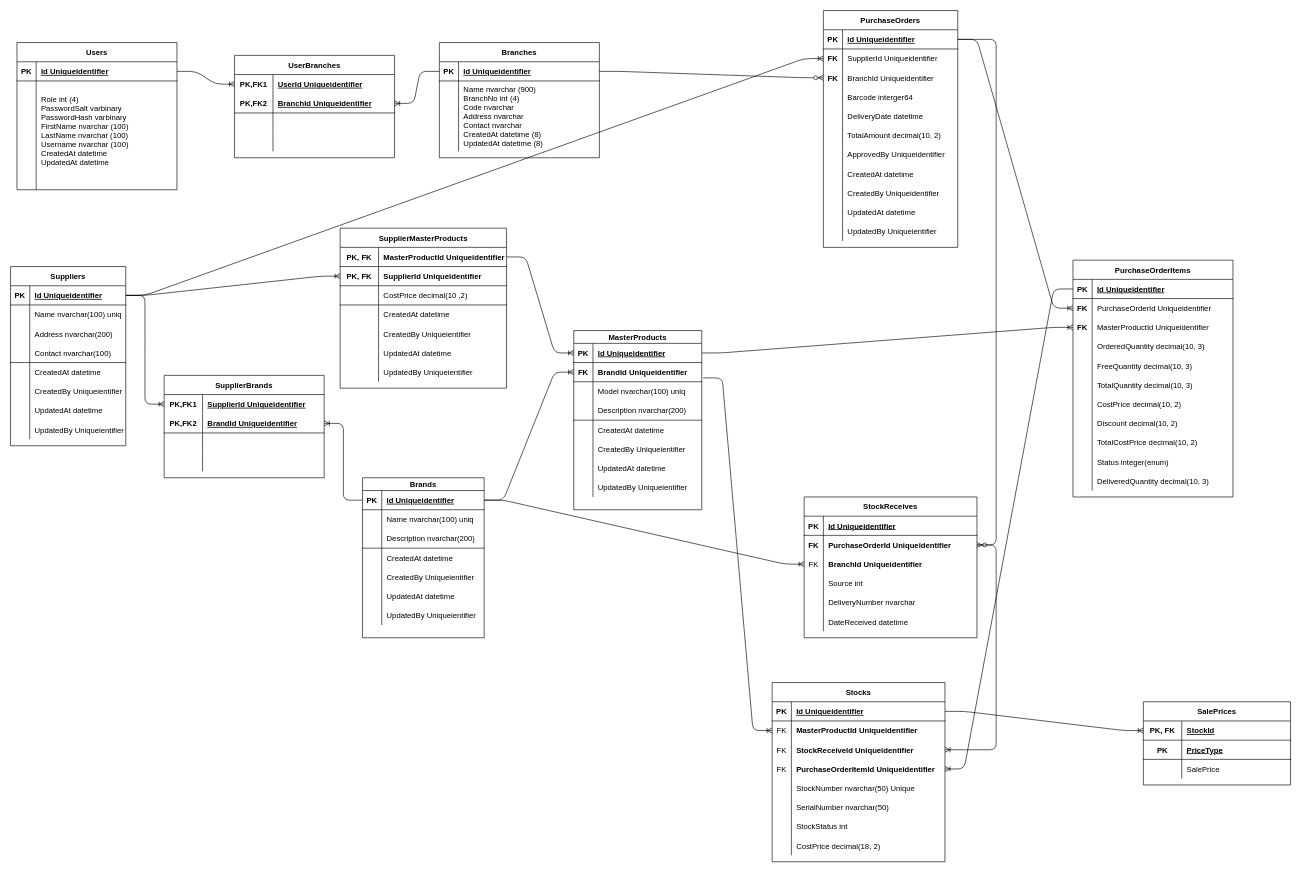
This is diagrams/Database Diagram.drawio from inyormanjr/CA.ERP, a draw.io file, before an edit. Source tidied: cells renumbered, new cells numbered last; positions are measured from the earlier drawing's top-left corner, leaving out a move shared by most shapes. Both pictures are drawn from the tidied source at 64%, with x=0, y=0 at pixel (10, 10).
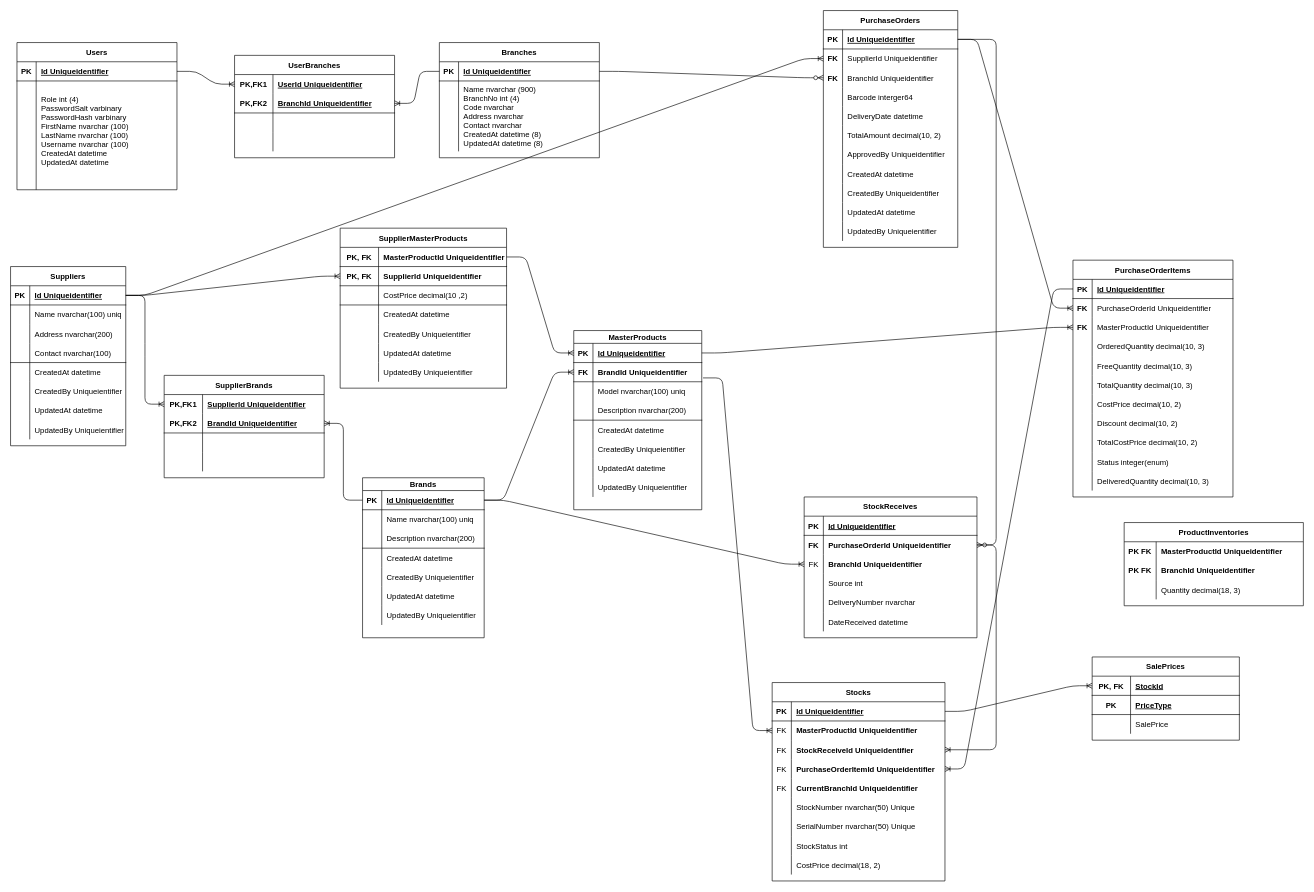
Above is the later version.

Change to the diagram source:
```diff
@@
     <mxCell id="215" value="Stocks" style="shape=table;startSize=30;childLayout=tableLayout;rowLines=0;fontStyle=1;align=center;" parent="1" vertex="1">
-      <mxGeometry x="1190" y="1050" width="270" height="280" as="geometry" />
+      <mxGeometry x="1190" y="1050" width="270" height="310" as="geometry" />
     </mxCell>
@@
+    <mxCell id="275" style="shape=partialRectangle;fillColor=none;top=0;left=0;bottom=0;right=0;" parent="215" vertex="1">
+      <mxGeometry y="150" width="270" height="30" as="geometry" />
+    </mxCell>
+    <mxCell id="276" value="FK" style="shape=partialRectangle;fillColor=none;top=0;left=0;bottom=0;right=0;overflow=hidden;" parent="275" vertex="1">
+      <mxGeometry width="30" height="30" as="geometry" />
+    </mxCell>
+    <mxCell id="277" value="CurrentBranchId Uniqueidentifier" style="shape=partialRectangle;fillColor=none;top=0;left=0;bottom=0;right=0;align=left;spacingLeft=6;overflow=hidden;fontStyle=1;" parent="275" vertex="1">
+      <mxGeometry x="30" width="240" height="30" as="geometry" />
+    </mxCell>
     <mxCell id="228" style="shape=partialRectangle;fillColor=none;top=0;left=0;bottom=0;right=0;" parent="215" vertex="1">
-      <mxGeometry y="150" width="270" height="30" as="geometry" />
+      <mxGeometry y="180" width="270" height="30" as="geometry" />
     </mxCell>
@@
     <mxCell id="231" style="shape=partialRectangle;fillColor=none;top=0;left=0;bottom=0;right=0;" parent="215" vertex="1">
-      <mxGeometry y="180" width="270" height="30" as="geometry" />
+      <mxGeometry y="210" width="270" height="30" as="geometry" />
     </mxCell>
@@
-    <mxCell id="233" value="SerialNumber nvarchar(50)" style="shape=partialRectangle;fillColor=none;top=0;left=0;bottom=0;right=0;align=left;spacingLeft=6;overflow=hidden;" parent="231" vertex="1">
+    <mxCell id="233" value="SerialNumber nvarchar(50) Unique" style="shape=partialRectangle;fillColor=none;top=0;left=0;bottom=0;right=0;align=left;spacingLeft=6;overflow=hidden;" parent="231" vertex="1">
       <mxGeometry x="30" width="240" height="30" as="geometry" />
     </mxCell>
     <mxCell id="234" style="shape=partialRectangle;fillColor=none;top=0;left=0;bottom=0;right=0;" parent="215" vertex="1">
-      <mxGeometry y="210" width="270" height="30" as="geometry" />
+      <mxGeometry y="240" width="270" height="30" as="geometry" />
     </mxCell>
@@
     <mxCell id="237" style="shape=partialRectangle;fillColor=none;top=0;left=0;bottom=0;right=0;" parent="215" vertex="1">
-      <mxGeometry y="240" width="270" height="30" as="geometry" />
+      <mxGeometry y="270" width="270" height="30" as="geometry" />
     </mxCell>
@@
     <mxCell id="240" value="SalePrices" style="shape=table;startSize=30;childLayout=tableLayout;rowLines=0;fontStyle=1;align=center;" parent="1" vertex="1">
-      <mxGeometry x="1770" y="1080" width="230" height="130" as="geometry" />
+      <mxGeometry x="1690" y="1010" width="230" height="130" as="geometry" />
     </mxCell>
@@
+    <mxCell id="278" value="ProductInventories" style="shape=table;startSize=30;childLayout=tableLayout;rowLines=0;fontStyle=1;align=center;" parent="1" vertex="1">
+      <mxGeometry x="1740" y="800" width="280" height="130" as="geometry" />
+    </mxCell>
+    <mxCell id="279" style="shape=partialRectangle;fillColor=none;top=0;left=0;bottom=0;right=0;fontStyle=0;" parent="278" vertex="1">
+      <mxGeometry y="30" width="280" height="30" as="geometry" />
+    </mxCell>
+    <mxCell id="280" value="PK FK" style="shape=partialRectangle;fillColor=none;top=0;left=0;bottom=0;right=0;overflow=hidden;fontStyle=1;" parent="279" vertex="1">
+      <mxGeometry width="50" height="30" as="geometry" />
+    </mxCell>
+    <mxCell id="281" value="MasterProductId Uniqueidentifier" style="shape=partialRectangle;fillColor=none;top=0;left=0;bottom=0;right=0;align=left;spacingLeft=6;overflow=hidden;fontStyle=1;" parent="279" vertex="1">
+      <mxGeometry x="50" width="230" height="30" as="geometry" />
+    </mxCell>
+    <mxCell id="282" style="shape=partialRectangle;fillColor=none;top=0;left=0;bottom=0;right=0;fontStyle=0;" parent="278" vertex="1">
+      <mxGeometry y="60" width="280" height="30" as="geometry" />
+    </mxCell>
+    <mxCell id="283" value="PK FK" style="shape=partialRectangle;fillColor=none;top=0;left=0;bottom=0;right=0;overflow=hidden;fontStyle=1;" parent="282" vertex="1">
+      <mxGeometry width="50" height="30" as="geometry" />
+    </mxCell>
+    <mxCell id="284" value="BranchId Uniqueidentifier" style="shape=partialRectangle;fillColor=none;top=0;left=0;bottom=0;right=0;align=left;spacingLeft=6;overflow=hidden;fontStyle=1;" parent="282" vertex="1">
+      <mxGeometry x="50" width="230" height="30" as="geometry" />
+    </mxCell>
+    <mxCell id="285" style="shape=partialRectangle;fillColor=none;top=0;left=0;bottom=0;right=0;" parent="278" vertex="1">
+      <mxGeometry y="90" width="280" height="30" as="geometry" />
+    </mxCell>
+    <mxCell id="286" style="shape=partialRectangle;fillColor=none;top=0;left=0;bottom=0;right=0;overflow=hidden;" parent="285" vertex="1">
+      <mxGeometry width="50" height="30" as="geometry" />
+    </mxCell>
+    <mxCell id="287" value="Quantity decimal(18, 3)" style="shape=partialRectangle;fillColor=none;top=0;left=0;bottom=0;right=0;align=left;spacingLeft=6;overflow=hidden;" parent="285" vertex="1">
+      <mxGeometry x="50" width="230" height="30" as="geometry" />
+    </mxCell>
```
